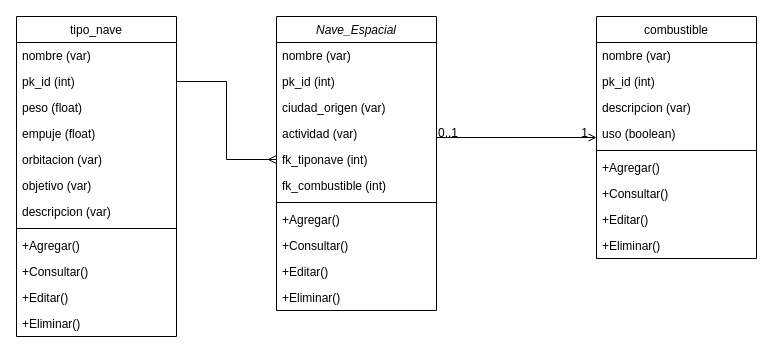
v05cifuentes/ProyectoJava keeps this draw.io diagram as Untitled Diagram.drawio. Above is the earlier version. Source tidied: cells renumbered, new cells numbered last; positions are measured from the earlier drawing's top-left corner, leaving out a move shared by most shapes. Both pictures are drawn from the tidied source at 100%, with x=0, y=0 at pixel (16, 16).
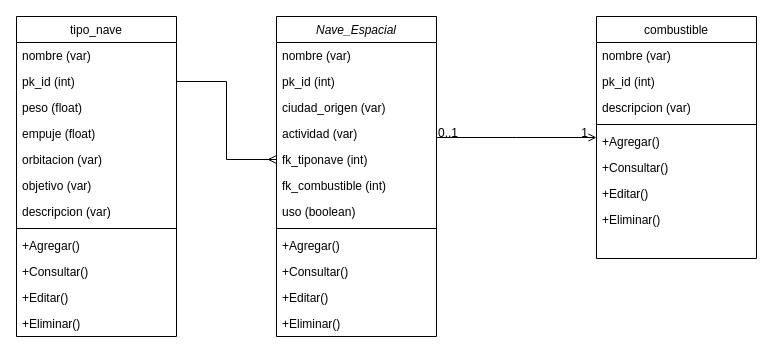
The same diagram, later.

The change refers to these unchanged cells:
```xml
<mxCell id="27" value="combustible" style="swimlane;fontStyle=0;align=center;verticalAlign=top;horizontal=1;startSize=26;rounded=0;shadow=0;strokeWidth=1;" parent="1" vertex="1">
  <mxGeometry x="580" width="160" height="242" as="geometry" />
</mxCell>
```

What changed in the source:
```diff
@@
     <mxCell id="2" value="Nave_Espacial" style="swimlane;fontStyle=2;align=center;verticalAlign=top;horizontal=1;startSize=26;rounded=0;shadow=0;strokeWidth=1;" parent="1" vertex="1">
-      <mxGeometry x="260" width="160" height="294" as="geometry" />
+      <mxGeometry x="260" width="160" height="320" as="geometry" />
     </mxCell>
@@
+    <mxCell id="31" value="uso (boolean)" style="text;align=left;verticalAlign=top;spacingLeft=4;spacingRight=4;overflow=hidden;rounded=0;shadow=0;html=0;" parent="2" vertex="1">
+      <mxGeometry y="182" width="160" height="26" as="geometry" />
+    </mxCell>
     <mxCell id="9" style="line;html=1;strokeWidth=1;align=left;verticalAlign=middle;spacingTop=-1;spacingLeft=3;spacingRight=3;labelPosition=right;" parent="2" vertex="1">
-      <mxGeometry y="182" width="160" height="8" as="geometry" />
+      <mxGeometry y="208" width="160" height="8" as="geometry" />
     </mxCell>
     <mxCell id="10" value="+Agregar()&#10;" style="text;align=left;verticalAlign=top;spacingLeft=4;spacingRight=4;overflow=hidden;" parent="2" vertex="1">
-      <mxGeometry y="190" width="160" height="26" as="geometry" />
+      <mxGeometry y="216" width="160" height="26" as="geometry" />
     </mxCell>
     <mxCell id="11" value="+Consultar()" style="text;align=left;verticalAlign=top;spacingLeft=4;spacingRight=4;overflow=hidden;" parent="2" vertex="1">
-      <mxGeometry y="216" width="160" height="26" as="geometry" />
+      <mxGeometry y="242" width="160" height="26" as="geometry" />
     </mxCell>
     <mxCell id="12" value="+Editar()" style="text;align=left;verticalAlign=top;spacingLeft=4;spacingRight=4;overflow=hidden;" parent="2" vertex="1">
-      <mxGeometry y="242" width="160" height="26" as="geometry" />
+      <mxGeometry y="268" width="160" height="26" as="geometry" />
     </mxCell>
     <mxCell id="13" value="+Eliminar()" style="text;align=left;verticalAlign=top;spacingLeft=4;spacingRight=4;overflow=hidden;" parent="2" vertex="1">
-      <mxGeometry y="268" width="160" height="26" as="geometry" />
+      <mxGeometry y="294" width="160" height="26" as="geometry" />
     </mxCell>
@@
-    <mxCell id="31" value="uso (boolean)" style="text;align=left;verticalAlign=top;spacingLeft=4;spacingRight=4;overflow=hidden;rounded=0;shadow=0;html=0;" parent="27" vertex="1">
-      <mxGeometry y="104" width="160" height="26" as="geometry" />
-    </mxCell>
     <mxCell id="32" style="line;html=1;strokeWidth=1;align=left;verticalAlign=middle;spacingTop=-1;spacingLeft=3;spacingRight=3;labelPosition=right;" parent="27" vertex="1">
-      <mxGeometry y="130" width="160" height="8" as="geometry" />
+      <mxGeometry y="104" width="160" height="8" as="geometry" />
     </mxCell>
     <mxCell id="33" value="+Agregar()&#10;" style="text;align=left;verticalAlign=top;spacingLeft=4;spacingRight=4;overflow=hidden;" parent="27" vertex="1">
-      <mxGeometry y="138" width="160" height="26" as="geometry" />
+      <mxGeometry y="112" width="160" height="26" as="geometry" />
     </mxCell>
     <mxCell id="34" value="+Consultar()" style="text;align=left;verticalAlign=top;spacingLeft=4;spacingRight=4;overflow=hidden;" parent="27" vertex="1">
-      <mxGeometry y="164" width="160" height="26" as="geometry" />
+      <mxGeometry y="138" width="160" height="26" as="geometry" />
     </mxCell>
     <mxCell id="35" value="+Editar()" style="text;align=left;verticalAlign=top;spacingLeft=4;spacingRight=4;overflow=hidden;" parent="27" vertex="1">
-      <mxGeometry y="190" width="160" height="26" as="geometry" />
+      <mxGeometry y="164" width="160" height="26" as="geometry" />
     </mxCell>
     <mxCell id="36" value="+Eliminar()" style="text;align=left;verticalAlign=top;spacingLeft=4;spacingRight=4;overflow=hidden;" parent="27" vertex="1">
-      <mxGeometry y="216" width="160" height="26" as="geometry" />
+      <mxGeometry y="190" width="160" height="26" as="geometry" />
     </mxCell>
```
